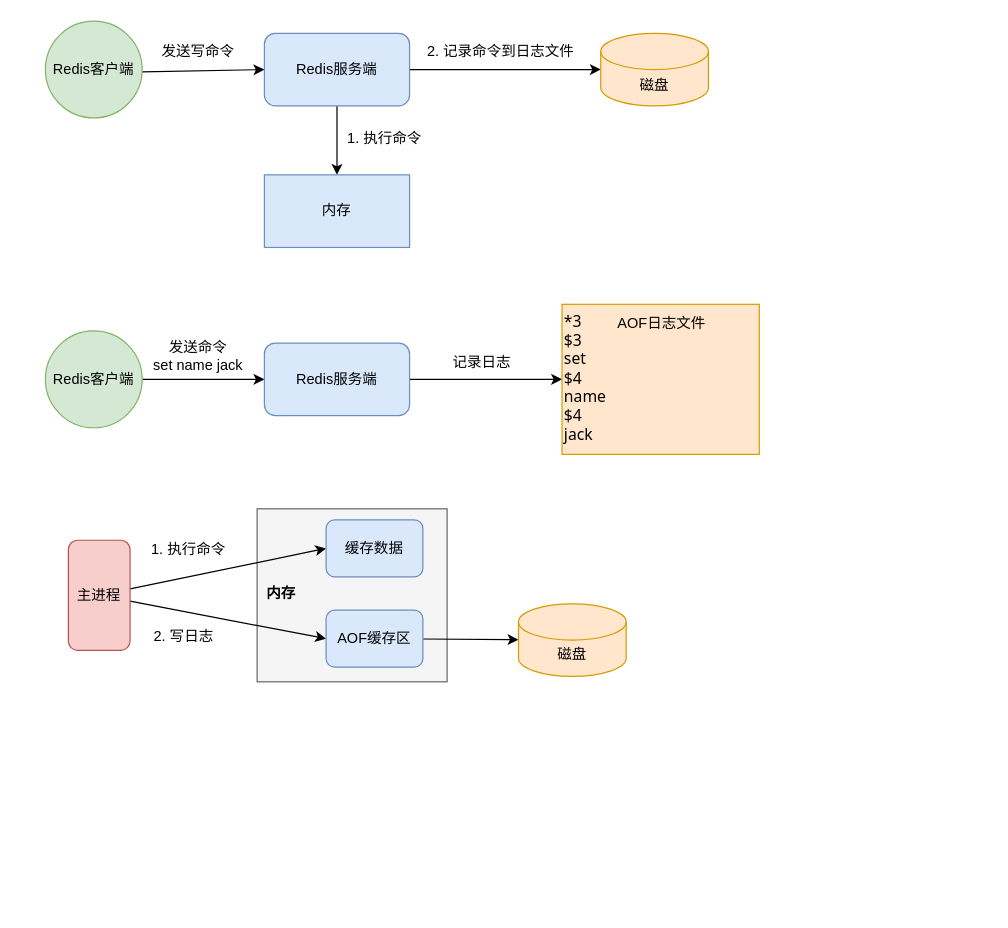
This is Redis持久化.drawio from Wishlove09/drawio, a draw.io file, before an edit. Source tidied: cells renumbered, new cells numbered last; positions are measured from the earlier drawing's top-left corner, leaving out a move shared by most shapes. Both pictures are drawn from the tidied source at 121%, with x=0, y=0 at pixel (45, 21).
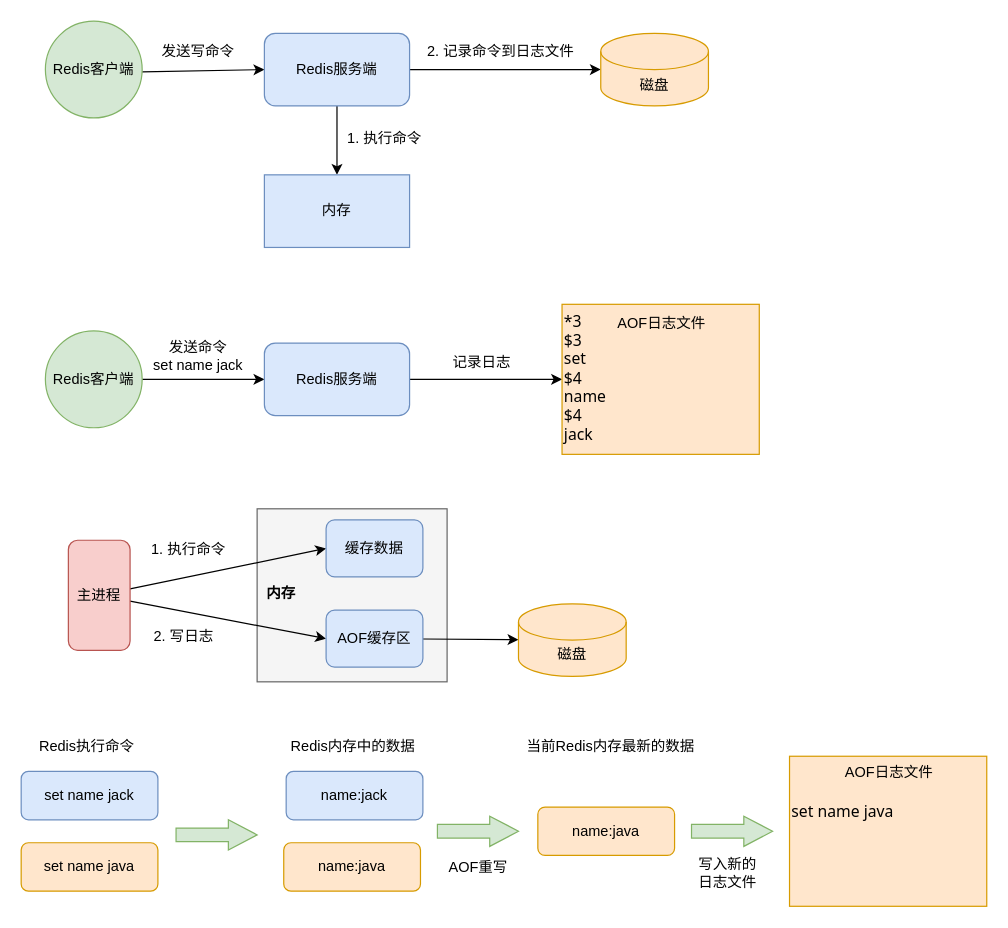
Above is the later version.

Commit message:
更新Redis持久化.drawio

Change to the diagram source:
```diff
@@
+    <mxCell id="31" value="set name jack" style="rounded=1;whiteSpace=wrap;html=1;fillColor=#dae8fc;strokeColor=#6c8ebf;" parent="1" vertex="1">
+      <mxGeometry x="-20" y="620" width="113" height="40" as="geometry" />
+    </mxCell>
+    <mxCell id="32" value="set name java" style="rounded=1;whiteSpace=wrap;html=1;fillColor=#ffe6cc;strokeColor=#d79b00;" parent="1" vertex="1">
+      <mxGeometry x="-20" y="679" width="113" height="40" as="geometry" />
+    </mxCell>
+    <mxCell id="33" style="html=1;shadow=0;dashed=0;align=center;verticalAlign=middle;shape=mxgraph.arrows2.arrow;dy=0.55;dx=23.77;notch=0;fillColor=#d5e8d4;strokeColor=#82b366;" parent="1" vertex="1">
+      <mxGeometry x="108" y="660" width="67" height="25" as="geometry" />
+    </mxCell>
+    <mxCell id="34" value="Redis执行命令" style="text;html=1;align=center;verticalAlign=middle;strokeColor=none;fillColor=none;" parent="1" vertex="1">
+      <mxGeometry x="-15" y="587" width="97" height="26" as="geometry" />
+    </mxCell>
+    <mxCell id="35" value="name:jack" style="rounded=1;whiteSpace=wrap;html=1;fillColor=#dae8fc;strokeColor=#6c8ebf;" parent="1" vertex="1">
+      <mxGeometry x="199" y="620" width="113" height="40" as="geometry" />
+    </mxCell>
+    <mxCell id="36" value="name:java" style="rounded=1;whiteSpace=wrap;html=1;fillColor=#ffe6cc;strokeColor=#d79b00;" parent="1" vertex="1">
+      <mxGeometry x="197" y="679" width="113" height="40" as="geometry" />
+    </mxCell>
+    <mxCell id="37" value="Redis内存中的数据" style="text;html=1;align=center;verticalAlign=middle;strokeColor=none;fillColor=none;" parent="1" vertex="1">
+      <mxGeometry x="193" y="587" width="121" height="26" as="geometry" />
+    </mxCell>
+    <mxCell id="38" style="html=1;shadow=0;dashed=0;align=center;verticalAlign=middle;shape=mxgraph.arrows2.arrow;dy=0.55;dx=23.77;notch=0;fillColor=#d5e8d4;strokeColor=#82b366;" parent="1" vertex="1">
+      <mxGeometry x="324" y="657" width="67" height="25" as="geometry" />
+    </mxCell>
+    <mxCell id="39" value="name:java" style="rounded=1;whiteSpace=wrap;html=1;fillColor=#ffe6cc;strokeColor=#d79b00;" parent="1" vertex="1">
+      <mxGeometry x="407" y="649.5" width="113" height="40" as="geometry" />
+    </mxCell>
+    <mxCell id="40" value="当前Redis内存最新的数据" style="text;html=1;align=center;verticalAlign=middle;strokeColor=none;fillColor=none;" parent="1" vertex="1">
+      <mxGeometry x="388" y="587" width="157" height="26" as="geometry" />
+    </mxCell>
+    <mxCell id="41" value="AOF重写" style="text;html=1;strokeColor=none;fillColor=none;align=center;verticalAlign=middle;whiteSpace=wrap;rounded=0;" parent="1" vertex="1">
+      <mxGeometry x="328" y="685" width="60" height="30" as="geometry" />
+    </mxCell>
+    <mxCell id="42" value="&lt;div style=&quot;font-size: 13px;&quot;&gt;&lt;font face=&quot;Tahoma&quot;&gt;&lt;br&gt;&lt;/font&gt;&lt;/div&gt;&lt;div style=&quot;font-size: 13px;&quot;&gt;&lt;font face=&quot;Tahoma&quot;&gt;&lt;br&gt;&lt;/font&gt;&lt;/div&gt;&lt;div style=&quot;font-size: 13px;&quot;&gt;&lt;font face=&quot;Tahoma&quot;&gt;set name java&lt;/font&gt;&lt;/div&gt;" style="rounded=0;whiteSpace=wrap;html=1;align=left;horizontal=1;verticalAlign=top;fillColor=#ffe6cc;strokeColor=#d79b00;" parent="1" vertex="1">
+      <mxGeometry x="615" y="607.5" width="163" height="124" as="geometry" />
+    </mxCell>
+    <mxCell id="43" value="AOF日志文件" style="text;html=1;align=center;verticalAlign=middle;strokeColor=none;fillColor=none;" parent="1" vertex="1">
+      <mxGeometry x="651" y="607.5" width="91" height="26" as="geometry" />
+    </mxCell>
+    <mxCell id="44" style="html=1;shadow=0;dashed=0;align=center;verticalAlign=middle;shape=mxgraph.arrows2.arrow;dy=0.55;dx=23.77;notch=0;fillColor=#d5e8d4;strokeColor=#82b366;" parent="1" vertex="1">
+      <mxGeometry x="534" y="657" width="67" height="25" as="geometry" />
+    </mxCell>
+    <mxCell id="45" value="写入新的日志文件" style="text;html=1;strokeColor=none;fillColor=none;align=center;verticalAlign=middle;whiteSpace=wrap;rounded=0;" parent="1" vertex="1">
+      <mxGeometry x="534" y="689" width="60" height="30" as="geometry" />
+    </mxCell>
```
